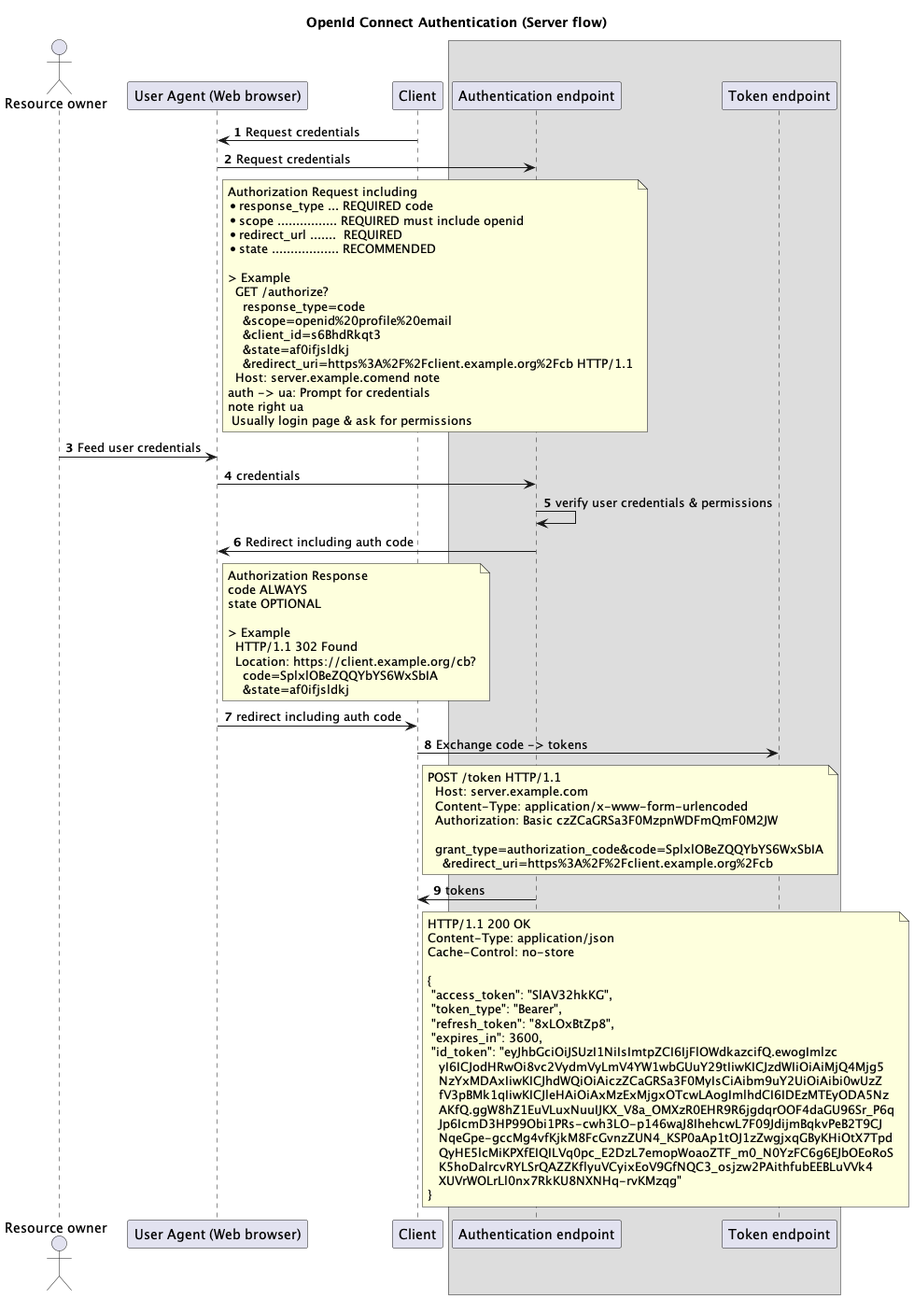
Earlier version of the PlantUML export assets/img/openid_connect/SSO_OpenIdConnect_Server_Flow.png (nguyentaijs/nguyentaijs.github.io).
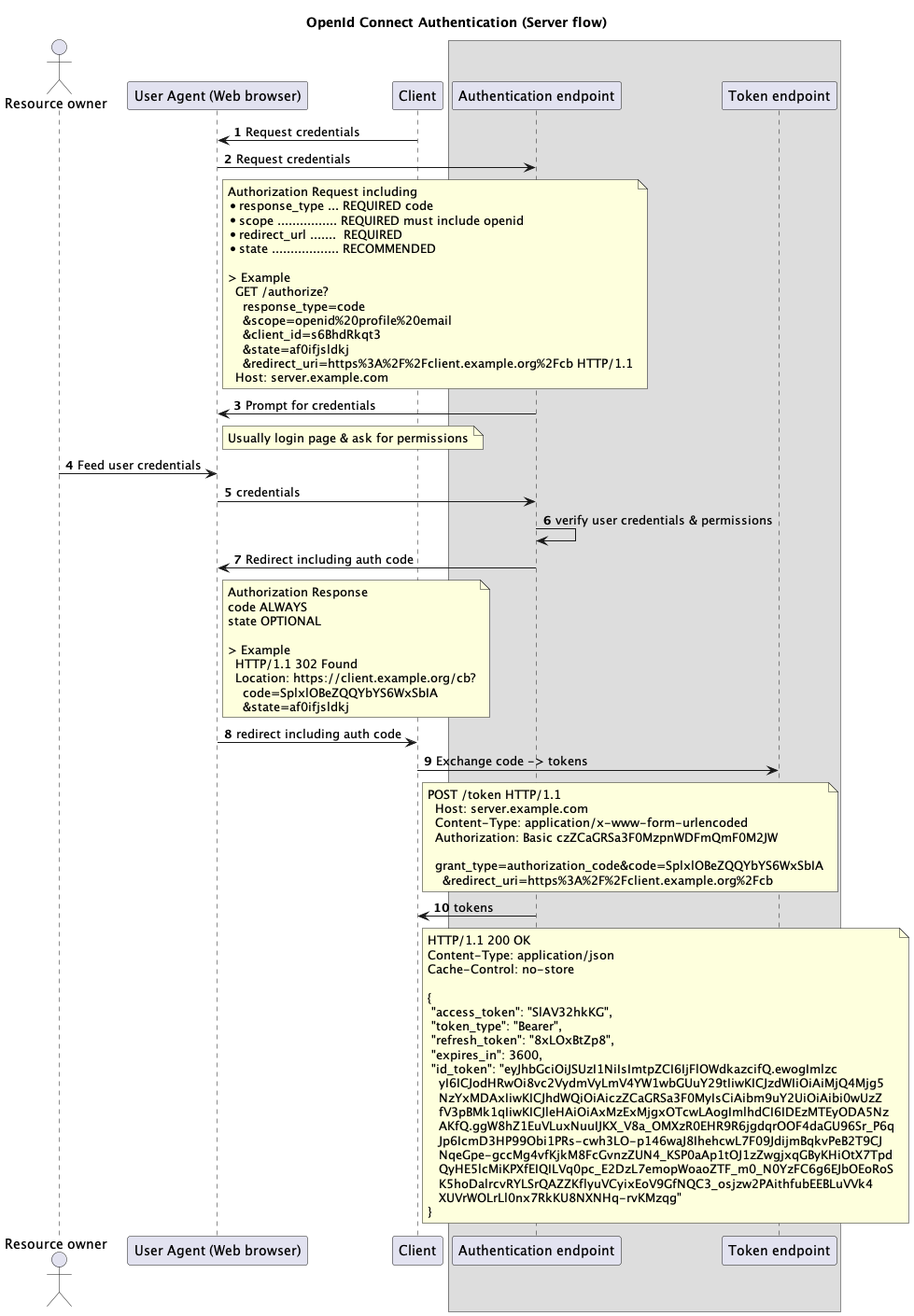
Later version of the same file.

Commit message:
Finish OpenId connect overview

The edit, as a diff of the source:
```diff
@@ -26,7 +26,8 @@
     &client_id=s6BhdRkqt3
     &state=af0ifjsldkj
     &redirect_uri=https%3A%2F%2Fclient.example.org%2Fcb HTTP/1.1
-  Host: server.example.comend note
+  Host: server.example.com
+end note
 auth -> ua: Prompt for credentials
 note right ua
  Usually login page & ask for permissions
```
